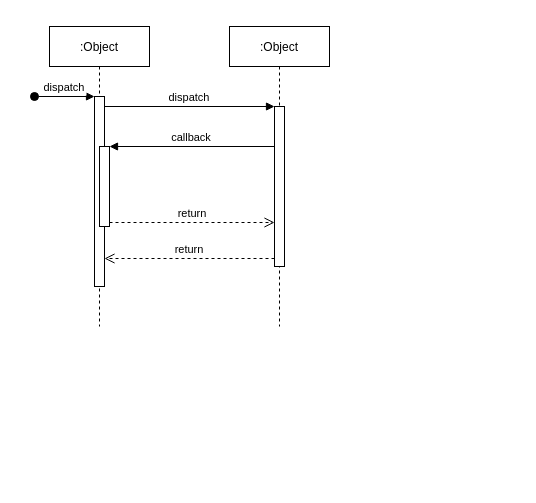
This is LPF.drawio from yi2003/diagram, a draw.io file, before an edit. Source tidied: cells renumbered, new cells numbered last; positions are measured from the earlier drawing's top-left corner, leaving out a move shared by most shapes. Both pictures are drawn from the tidied source at 100%, with x=0, y=0 at pixel (34, 26).
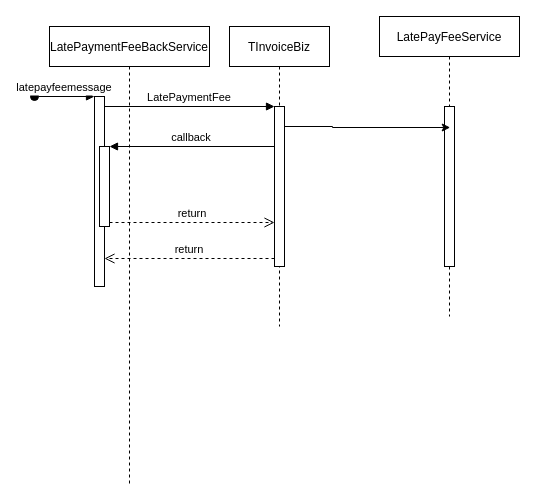
The same diagram, later.

The edit, as a diff of the source:
```diff
@@
 <mxGraphModel>
   <root>
     <mxCell id="0" />
     <mxCell id="1" parent="0" />
-    <mxCell id="2" value=":Object" style="shape=umlLifeline;perimeter=lifelinePerimeter;rounded=0;shadow=0;strokeWidth=1;" parent="1" vertex="1">
-      <mxGeometry x="15" width="100" height="300" as="geometry" />
+    <mxCell id="2" value="LatePaymentFeeBackService" style="shape=umlLifeline;perimeter=lifelinePerimeter;rounded=0;shadow=0;strokeWidth=1;" parent="1" vertex="1">
+      <mxGeometry x="15" width="160" height="460" as="geometry" />
     </mxCell>
     <mxCell id="3" style="points=[];perimeter=orthogonalPerimeter;rounded=0;shadow=0;strokeWidth=1;" parent="2" vertex="1">
       <mxGeometry x="45" y="70" width="10" height="190" as="geometry" />
     </mxCell>
-    <mxCell id="4" value="dispatch" style="verticalAlign=bottom;startArrow=oval;endArrow=block;startSize=8;shadow=0;strokeWidth=1;" parent="2" edge="1" target="3">
+    <mxCell id="4" value="latepayfeemessage" style="verticalAlign=bottom;startArrow=oval;endArrow=block;startSize=8;shadow=0;strokeWidth=1;" parent="2" edge="1" target="3">
       <mxGeometry relative="1" as="geometry">
         <mxPoint x="-15" y="70" as="sourcePoint" />
       </mxGeometry>
     </mxCell>
     <mxCell id="5" style="points=[];perimeter=orthogonalPerimeter;rounded=0;shadow=0;strokeWidth=1;" parent="2" vertex="1">
       <mxGeometry x="50" y="120" width="10" height="80" as="geometry" />
     </mxCell>
-    <mxCell id="6" value=":Object" style="shape=umlLifeline;perimeter=lifelinePerimeter;rounded=0;shadow=0;strokeWidth=1;" parent="1" vertex="1">
+    <mxCell id="6" value="TInvoiceBiz" style="shape=umlLifeline;perimeter=lifelinePerimeter;rounded=0;shadow=0;strokeWidth=1;" parent="1" vertex="1">
       <mxGeometry x="195" width="100" height="300" as="geometry" />
     </mxCell>
     <mxCell id="7" style="points=[];perimeter=orthogonalPerimeter;rounded=0;shadow=0;strokeWidth=1;" parent="6" vertex="1">
       <mxGeometry x="45" y="80" width="10" height="160" as="geometry" />
     </mxCell>
     <mxCell id="8" value="return" style="verticalAlign=bottom;endArrow=open;dashed=1;endSize=8;exitX=0;exitY=0.95;shadow=0;strokeWidth=1;" parent="1" edge="1" source="7" target="3">
       <mxGeometry relative="1" as="geometry" />
     </mxCell>
-    <mxCell id="9" value="dispatch" style="verticalAlign=bottom;endArrow=block;entryX=0;entryY=0;shadow=0;strokeWidth=1;" parent="1" edge="1" source="3" target="7">
+    <mxCell id="9" value="LatePaymentFee" style="verticalAlign=bottom;endArrow=block;entryX=0;entryY=0;shadow=0;strokeWidth=1;" parent="1" edge="1" source="3" target="7">
       <mxGeometry relative="1" as="geometry" />
     </mxCell>
     <mxCell id="10" value="callback" style="verticalAlign=bottom;endArrow=block;entryX=1;entryY=0;shadow=0;strokeWidth=1;" parent="1" edge="1" source="7" target="5">
       <mxGeometry relative="1" as="geometry" />
     </mxCell>
     <mxCell id="11" value="return" style="verticalAlign=bottom;endArrow=open;dashed=1;endSize=8;exitX=1;exitY=0.95;shadow=0;strokeWidth=1;" parent="1" edge="1" source="5" target="7">
       <mxGeometry relative="1" as="geometry" />
     </mxCell>
+    <mxCell id="12" value="LatePayFeeService" style="shape=umlLifeline;perimeter=lifelinePerimeter;rounded=0;shadow=0;strokeWidth=1;" parent="1" vertex="1">
+      <mxGeometry x="345" y="-10" width="140" height="300" as="geometry" />
+    </mxCell>
+    <mxCell id="13" style="perimeter=orthogonalPerimeter;rounded=0;shadow=0;strokeWidth=1;" parent="12" vertex="1">
+      <mxGeometry x="65" y="90" width="10" height="160" as="geometry" />
+    </mxCell>
+    <mxCell id="14" style="edgeStyle=orthogonalEdgeStyle;rounded=0;jettySize=auto;html=1;entryX=0.505;entryY=0.37;entryDx=0;entryDy=0;entryPerimeter=0;" parent="1" edge="1" source="7" target="12">
+      <mxGeometry relative="1" as="geometry">
+        <Array as="points">
+          <mxPoint x="298" y="100" />
+          <mxPoint x="298" y="101" />
+        </Array>
+      </mxGeometry>
+    </mxCell>
   </root>
 </mxGraphModel>
```
